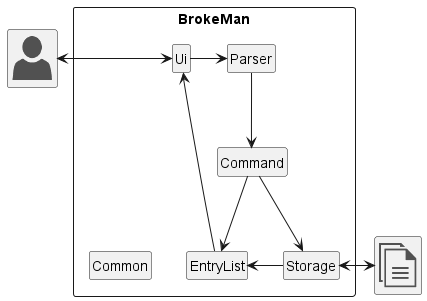
nus-cs2113-AY2223S2/tp keeps this PlantUML diagram as docs/images/ArchitectureDiagram.png. Above is the earlier version.
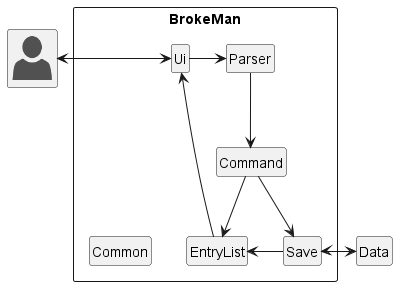
Later version of the same file.

Commit message:
edited architecuture diagram, edited and moved the architecture diagram to command component of DG and completed the command component description. Updated PPP

Diff of the diagram source:
```diff
@@ -1,29 +1,28 @@
 @startuml
 !include <office/Users/user>
-!include <office/Concepts/documents>
 hide circle
 hide member
+
 
 
 Package "BrokeMan"<<Rectangle>>{
     class Ui
     class Command
     class Parser
-    class Storage
+    class Save
     class EntryList
     class Common
 }
 
 class "<$user>" as User
-class "<$documents>" as File
 
 User <-> Ui
 Ui -> Parser
 Parser --> Command
 Command --> EntryList
-Command -right-> Storage
-Storage <-> File
-Storage -left> EntryList
+Command -right-> Save
+Save <-> Data
+Save -left> EntryList
 EntryList -> Ui
 EntryList -left[hidden]> Common
 
```
